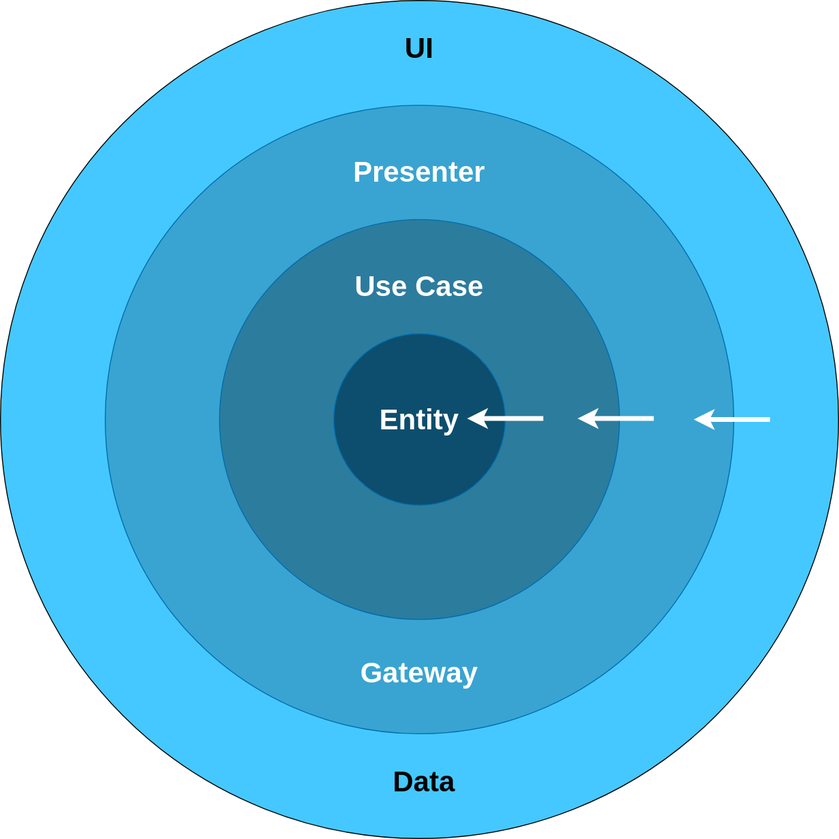
Above: diagrams/images/caFlowControlDependency.svg in AlexanderLapygin/dependency-inversion-slides (draw.io), before the change. Source tidied: cells renumbered, new cells last; positions are measured from the earlier drawing's top-left corner, leaving out a move shared by most shapes.
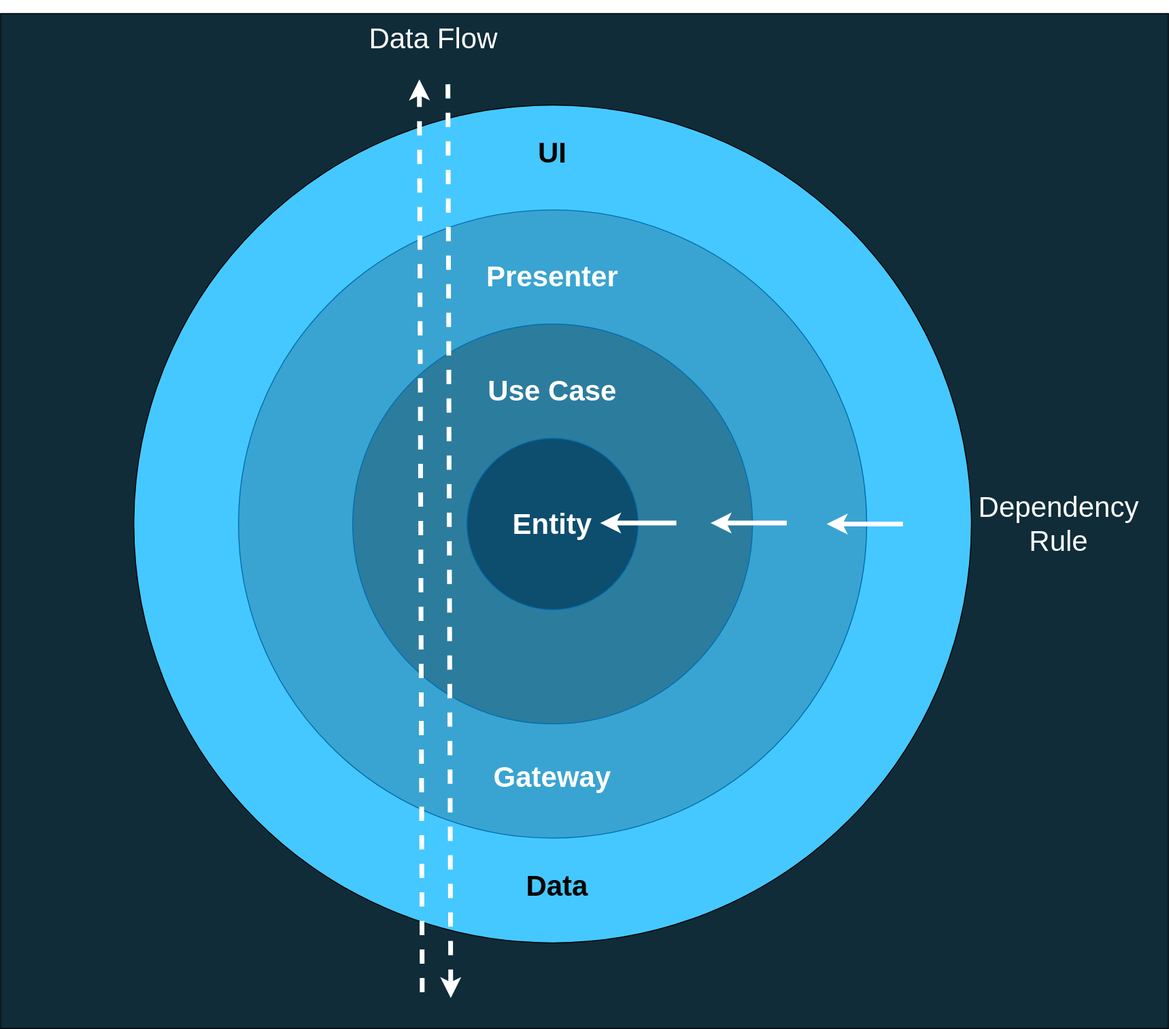
The same file after the commit.

Change to the diagram source:
```diff
@@ -2,6 +2,9 @@
   <root>
     <mxCell id="0" />
     <mxCell id="1" parent="0" />
+    <mxCell id="14" style="rounded=0;whiteSpace=wrap;html=1;fillColor=#0F2C38;fontSize=30;fontColor=#FFFFFF;" parent="1" vertex="1">
+      <mxGeometry x="-140" y="-96.2" width="1227" height="1066.2" as="geometry" />
+    </mxCell>
     <mxCell id="2" style="ellipse;whiteSpace=wrap;html=1;fillColor=#45C8FF;fontSize=30;labelPosition=center;verticalLabelPosition=top;align=center;verticalAlign=bottom;" parent="1" vertex="1">
       <mxGeometry width="880" height="880" as="geometry" />
     </mxCell>
@@ -47,5 +50,23 @@
         <mxPoint x="728" y="440" as="targetPoint" />
       </mxGeometry>
     </mxCell>
+    <mxCell id="15" value="Dependency Rule" style="text;html=1;strokeColor=none;fillColor=none;align=center;verticalAlign=middle;whiteSpace=wrap;rounded=0;fontSize=30;fontStyle=0;fontColor=#FFFFFF;" parent="1" vertex="1">
+      <mxGeometry x="857" y="400" width="230" height="80" as="geometry" />
+    </mxCell>
+    <mxCell id="16" style="endArrow=classic;html=1;strokeColor=#FFFFFF;strokeWidth=5;fontSize=30;fontColor=#FFFFFF;dashed=1;" parent="1" edge="1">
+      <mxGeometry relative="1" as="geometry">
+        <mxPoint x="330" y="-22" as="sourcePoint" />
+        <mxPoint x="333" y="938" as="targetPoint" />
+      </mxGeometry>
+    </mxCell>
+    <mxCell id="17" style="endArrow=none;html=1;strokeColor=#FFFFFF;strokeWidth=5;fontSize=30;fontColor=#FFFFFF;dashed=1;endFill=0;startArrow=classic;startFill=0;" parent="1" edge="1">
+      <mxGeometry relative="1" as="geometry">
+        <mxPoint x="300" y="-27" as="sourcePoint" />
+        <mxPoint x="303" y="933" as="targetPoint" />
+      </mxGeometry>
+    </mxCell>
+    <mxCell id="18" value="Data Flow" style="text;html=1;strokeColor=none;fillColor=none;align=center;verticalAlign=middle;whiteSpace=wrap;rounded=0;fontSize=30;fontStyle=0;fontColor=#FFFFFF;" parent="1" vertex="1">
+      <mxGeometry x="230" y="-110" width="170" height="80" as="geometry" />
+    </mxCell>
   </root>
 </mxGraphModel>
```
